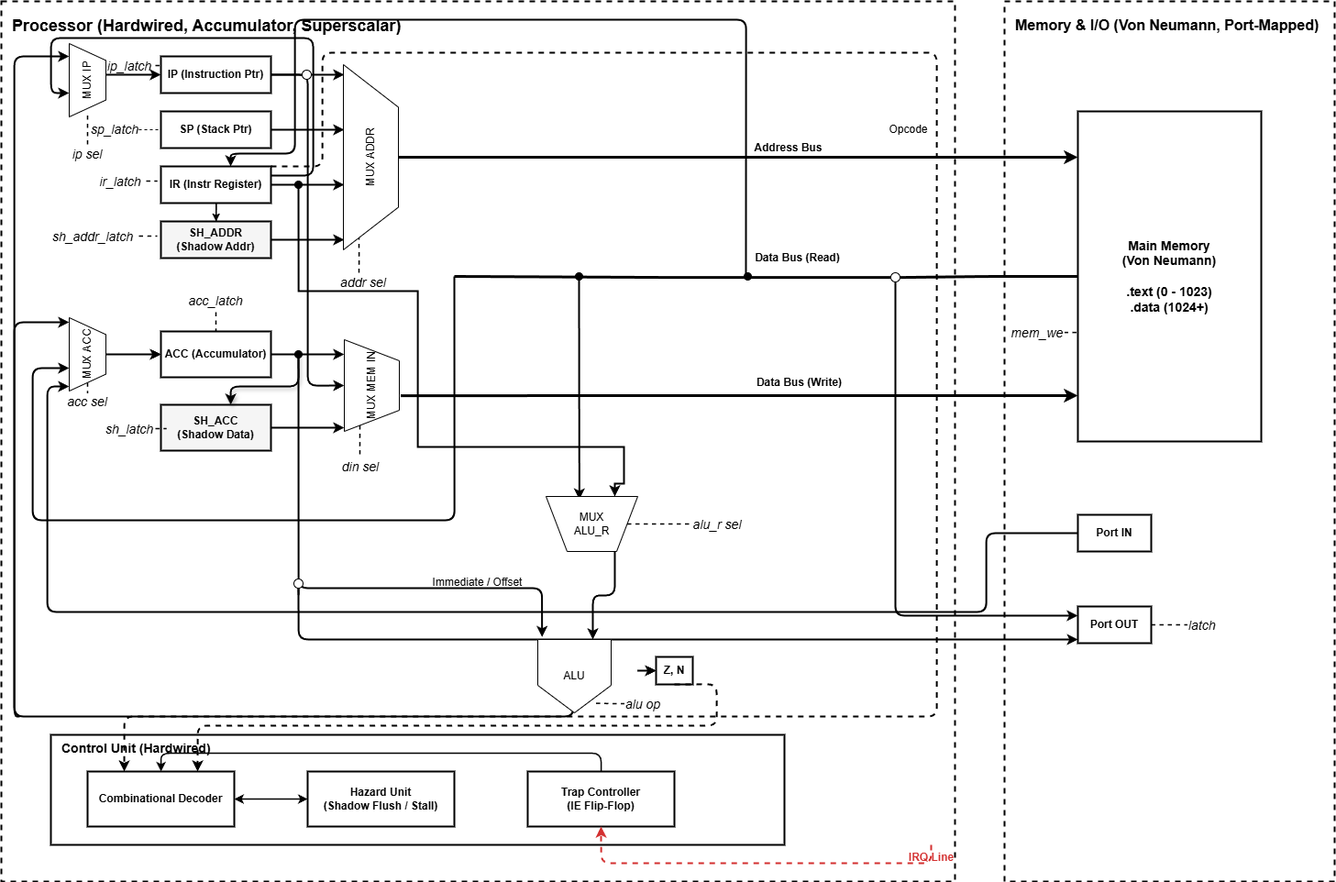
Before: img/dp_scheme_draft.png, a diagram exported from draw.io (danegumya/csa_lab4). Source tidied: cells renumbered, new cells last; positions are measured from the earlier drawing's top-left corner, leaving out a move shared by most shapes.
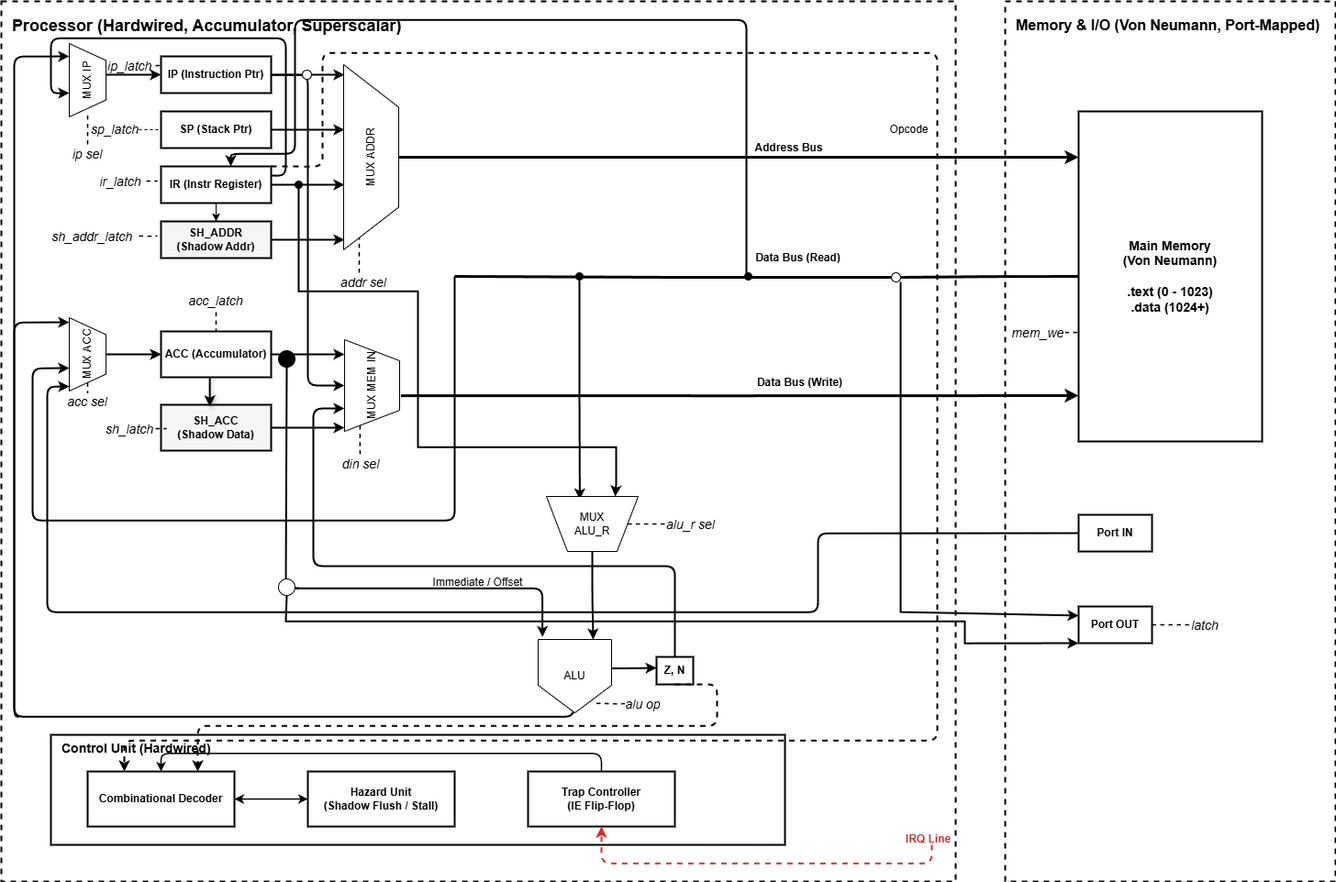
After the change.

The edit, as a diff of the source:
```diff
@@ -41,11 +41,6 @@
     <mxCell id="12" value="SH_ACC&lt;br&gt;(Shadow Data)" style="rounded=0;whiteSpace=wrap;html=1;fontStyle=1;strokeWidth=2;fillColor=#f5f5f5;" parent="1" vertex="1">
       <mxGeometry x="174" y="440" width="120" height="50" as="geometry" />
     </mxCell>
-    <mxCell id="13" style="edgeStyle=orthogonalEdgeStyle;rounded=0;jettySize=auto;html=1;" parent="1" edge="1" target="14">
-      <mxGeometry relative="1" as="geometry">
-        <mxPoint x="694" y="730" as="sourcePoint" />
-      </mxGeometry>
-    </mxCell>
     <mxCell id="14" value="Z, N" style="rounded=0;whiteSpace=wrap;html=1;strokeWidth=2;fontStyle=1;" parent="1" vertex="1">
       <mxGeometry x="714" y="715" width="40" height="30" as="geometry" />
     </mxCell>
@@ -135,9 +130,9 @@
       </mxGeometry>
     </mxCell>
     <mxCell id="29" value="alu_r sel" style="edgeStyle=orthogonalEdgeStyle;dashed=1;strokeWidth=1.5;endArrow=none;labelBackgroundColor=#ffffff;fontSize=14;fontStyle=2;align=center;exitX=1;exitY=0.5;exitDx=0;exitDy=0;" parent="1" edge="1" source="78">
-      <mxGeometry x="1" y="10" relative="1" as="geometry">
-        <mxPoint x="770" y="570" as="targetPoint" />
-        <mxPoint x="10" y="10" as="offset" />
+      <mxGeometry x="1" y="20" relative="1" as="geometry">
+        <mxPoint x="730" y="570" as="targetPoint" />
+        <mxPoint x="21" y="20" as="offset" />
       </mxGeometry>
     </mxCell>
     <mxCell id="30" value="alu op" style="edgeStyle=orthogonalEdgeStyle;dashed=1;strokeWidth=1.5;endArrow=none;labelBackgroundColor=#ffffff;fontSize=14;fontStyle=2;align=center;entryX=0.744;entryY=0.869;entryDx=0;entryDy=0;rounded=0;curved=0;entryPerimeter=0;" parent="1" edge="1" target="90">
@@ -179,22 +174,11 @@
     <mxCell id="37" style="edgeStyle=orthogonalEdgeStyle;strokeWidth=2;endArrow=classic;entryX=0.5;entryY=1;entryDx=0;entryDy=0;" parent="1" edge="1" source="4" target="85">
       <mxGeometry relative="1" as="geometry" />
     </mxCell>
-    <mxCell id="38" style="ellipse;whiteSpace=wrap;html=1;fillColor=#000000;" parent="1" vertex="1">
-      <mxGeometry x="320" y="381" width="8" height="8" as="geometry" />
-    </mxCell>
     <mxCell id="39" style="ellipse;whiteSpace=wrap;html=1;fillColor=#000000;" parent="1" vertex="1">
       <mxGeometry x="320" y="196" width="8" height="8" as="geometry" />
     </mxCell>
-    <mxCell id="40" style="edgeStyle=orthogonalEdgeStyle;strokeWidth=2;endArrow=classic;shadow=1;" parent="1" edge="1">
-      <mxGeometry relative="1" as="geometry">
-        <mxPoint x="324" y="385" as="sourcePoint" />
-        <mxPoint x="250" y="440" as="targetPoint" />
-        <Array as="points">
-          <mxPoint x="324" y="420" />
-          <mxPoint x="250" y="420" />
-          <mxPoint x="250" y="440" />
-        </Array>
-      </mxGeometry>
+    <mxCell id="40" style="edgeStyle=orthogonalEdgeStyle;strokeWidth=2;endArrow=classic;shadow=1;exitX=0.443;exitY=0.987;exitDx=0;exitDy=0;exitPerimeter=0;entryX=0.443;entryY=0.036;entryDx=0;entryDy=0;entryPerimeter=0;" parent="1" edge="1" source="11" target="12">
+      <mxGeometry relative="1" as="geometry" />
     </mxCell>
     <mxCell id="41" style="edgeStyle=orthogonalEdgeStyle;strokeWidth=3;endArrow=classic;" parent="1" edge="1">
       <mxGeometry relative="1" as="geometry">
@@ -250,11 +234,10 @@
         </Array>
       </mxGeometry>
     </mxCell>
-    <mxCell id="51" style="edgeStyle=orthogonalEdgeStyle;strokeWidth=2;endArrow=classic;entryX=0.058;entryY=-0.034;entryDx=0;entryDy=0;entryPerimeter=0;" parent="1" edge="1" target="90">
+    <mxCell id="51" style="edgeStyle=orthogonalEdgeStyle;strokeWidth=2;endArrow=classic;entryX=0.058;entryY=-0.034;entryDx=0;entryDy=0;entryPerimeter=0;" parent="1" edge="1" source="38" target="90">
       <mxGeometry relative="1" as="geometry">
-        <mxPoint x="324" y="386" as="sourcePoint" />
         <Array as="points">
-          <mxPoint x="324" y="640" />
+          <mxPoint x="310" y="640" />
           <mxPoint x="590" y="640" />
         </Array>
       </mxGeometry>
@@ -266,8 +249,8 @@
           <mxPoint x="324" y="316" />
           <mxPoint x="454" y="316" />
           <mxPoint x="454" y="486" />
-          <mxPoint x="679" y="486" />
-          <mxPoint x="679" y="526" />
+          <mxPoint x="670" y="486" />
+          <mxPoint x="670" y="526" />
           <mxPoint x="669" y="526" />
         </Array>
       </mxGeometry>
@@ -275,7 +258,7 @@
     <mxCell id="53" value="Immediate / Offset" style="text;html=1;align=center;backgroundColor=#ffffff;" parent="1" vertex="1">
       <mxGeometry x="464" y="620" width="110" height="20" as="geometry" />
     </mxCell>
-    <mxCell id="54" style="edgeStyle=orthogonalEdgeStyle;strokeWidth=2;endArrow=classic;exitX=0.75;exitY=0;exitDx=0;exitDy=0;entryX=0.75;entryY=0;entryDx=0;entryDy=0;" parent="1" edge="1" source="78" target="90">
+    <mxCell id="54" style="edgeStyle=orthogonalEdgeStyle;strokeWidth=2;endArrow=classic;exitX=0.5;exitY=0;exitDx=0;exitDy=0;entryX=0.75;entryY=0;entryDx=0;entryDy=0;" parent="1" edge="1" source="78" target="90">
       <mxGeometry relative="1" as="geometry" />
     </mxCell>
     <mxCell id="55" style="edgeStyle=orthogonalEdgeStyle;strokeWidth=2;endArrow=classic;" parent="1" edge="1">
@@ -298,10 +281,9 @@
         </Array>
       </mxGeometry>
     </mxCell>
-    <mxCell id="57" style="edgeStyle=orthogonalEdgeStyle;strokeWidth=2;endArrow=classic;" parent="1" edge="1">
+    <mxCell id="57" style="edgeStyle=orthogonalEdgeStyle;strokeWidth=2;endArrow=classic;exitX=0.993;exitY=0.394;exitDx=0;exitDy=0;exitPerimeter=0;rounded=0;curved=0;" parent="1" edge="1" source="90">
       <mxGeometry relative="1" as="geometry">
-        <mxPoint x="694" y="730" as="sourcePoint" />
-        <mxPoint x="714" y="730" as="targetPoint" />
+        <mxPoint x="714" y="727" as="targetPoint" />
       </mxGeometry>
     </mxCell>
     <mxCell id="58" style="edgeStyle=orthogonalEdgeStyle;strokeWidth=2;endArrow=classic;" parent="1" edge="1">
@@ -309,19 +291,20 @@
         <mxPoint x="1174" y="580" as="sourcePoint" />
         <mxPoint x="74" y="420" as="targetPoint" />
         <Array as="points">
-          <mxPoint x="1074" y="580" />
-          <mxPoint x="1074" y="666" />
+          <mxPoint x="890" y="580" />
+          <mxPoint x="890" y="666" />
           <mxPoint x="50" y="666" />
           <mxPoint x="50" y="420" />
         </Array>
       </mxGeometry>
     </mxCell>
-    <mxCell id="59" style="edgeStyle=orthogonalEdgeStyle;strokeWidth=2;endArrow=classic;" parent="1" edge="1" source="84">
+    <mxCell id="59" style="edgeStyle=orthogonalEdgeStyle;strokeWidth=2;endArrow=classic;entryX=0;entryY=1;entryDx=0;entryDy=0;exitX=0.5;exitY=1;exitDx=0;exitDy=0;rounded=0;curved=0;" parent="1" edge="1" source="84" target="17">
       <mxGeometry relative="1" as="geometry">
-        <mxPoint x="1174" y="696" as="targetPoint" />
         <Array as="points">
-          <mxPoint x="324" y="696" />
-          <mxPoint x="1174" y="696" />
+          <mxPoint x="310" y="648" />
+          <mxPoint x="310" y="676" />
+          <mxPoint x="1050" y="676" />
+          <mxPoint x="1050" y="700" />
         </Array>
       </mxGeometry>
     </mxCell>
@@ -335,8 +318,8 @@
       <mxGeometry relative="1" as="geometry">
         <mxPoint x="74" y="100" as="targetPoint" />
         <Array as="points">
-          <mxPoint x="340" y="190" />
-          <mxPoint x="340" y="40" />
+          <mxPoint x="310" y="190" />
+          <mxPoint x="310" y="40" />
           <mxPoint x="54" y="40" />
           <mxPoint x="54" y="100" />
         </Array>
@@ -378,8 +361,8 @@
           <mxPoint x="350" y="180" />
           <mxPoint x="350" y="56" />
           <mxPoint x="1020" y="56" />
-          <mxPoint x="1020" y="780" />
-          <mxPoint x="134" y="780" />
+          <mxPoint x="1020" y="806" />
+          <mxPoint x="134" y="806" />
         </Array>
       </mxGeometry>
     </mxCell>
@@ -398,7 +381,7 @@
       </mxGeometry>
     </mxCell>
     <mxCell id="72" value="IRQ Line" style="text;html=1;align=center;fontStyle=1;fontColor=#d32f2f;" parent="1" vertex="1">
-      <mxGeometry x="984" y="920" width="60" height="20" as="geometry" />
+      <mxGeometry x="980" y="900" width="60" height="20" as="geometry" />
     </mxCell>
     <mxCell id="73" style="edgeStyle=orthogonalEdgeStyle;dashed=1;strokeWidth=2;strokeColor=#d32f2f;endArrow=classic;" parent="1" edge="1">
       <mxGeometry relative="1" as="geometry">
@@ -430,10 +413,11 @@
     <mxCell id="79" style="ellipse;whiteSpace=wrap;html=1;fillColor=#000000;" parent="1" vertex="1">
       <mxGeometry x="626" y="296" width="8" height="8" as="geometry" />
     </mxCell>
-    <mxCell id="80" style="endArrow=classic;html=1;rounded=1;entryX=0;entryY=0.25;entryDx=0;entryDy=0;strokeColor=default;strokeWidth=2;align=center;verticalAlign=middle;fontFamily=Helvetica;fontSize=11;fontColor=default;labelBackgroundColor=default;exitX=0.5;exitY=1;exitDx=0;exitDy=0;" parent="1" edge="1" source="82" target="17">
+    <mxCell id="80" style="endArrow=classic;html=1;rounded=0;entryX=0;entryY=0.25;entryDx=0;entryDy=0;strokeColor=default;strokeWidth=2;align=center;verticalAlign=middle;fontFamily=Helvetica;fontSize=11;fontColor=default;labelBackgroundColor=default;exitX=0.5;exitY=1;exitDx=0;exitDy=0;curved=0;" parent="1" edge="1" target="17">
       <mxGeometry relative="1" as="geometry">
+        <mxPoint x="980" y="306" as="sourcePoint" />
         <Array as="points">
-          <mxPoint x="975" y="670" />
+          <mxPoint x="980" y="666" />
         </Array>
       </mxGeometry>
     </mxCell>
@@ -451,7 +435,7 @@
       </mxGeometry>
     </mxCell>
     <mxCell id="84" style="ellipse;whiteSpace=wrap;html=1;fillColor=light-dark(#FFFFFF,#FFFFFF);" parent="1" vertex="1">
-      <mxGeometry x="319" y="630" width="10" height="10" as="geometry" />
+      <mxGeometry x="302" y="630" width="18" height="18" as="geometry" />
     </mxCell>
     <mxCell id="85" value="MUX MEM IN" style="verticalLabelPosition=middle;verticalAlign=middle;html=1;shape=trapezoid;perimeter=trapezoidPerimeter;whiteSpace=wrap;size=0.23;arcSize=10;flipV=1;labelPosition=center;align=center;legacyAnchorPoints=0;rotation=-90;" parent="1" vertex="1">
       <mxGeometry x="354" y="389" width="100" height="60" as="geometry" />
@@ -473,5 +457,17 @@
     <mxCell id="90" value="ALU" style="shape=offPageConnector;whiteSpace=wrap;html=1;" parent="1" vertex="1">
       <mxGeometry x="585" y="696" width="80" height="80" as="geometry" />
     </mxCell>
+    <mxCell id="38" style="ellipse;whiteSpace=wrap;html=1;fillColor=#000000;" parent="1" vertex="1">
+      <mxGeometry x="302" y="381" width="18" height="18" as="geometry" />
+    </mxCell>
+    <mxCell id="91" style="endArrow=classic;html=1;rounded=1;exitX=0.5;exitY=0;exitDx=0;exitDy=0;entryX=0.25;entryY=1;entryDx=0;entryDy=0;strokeColor=default;strokeWidth=2;align=center;verticalAlign=middle;fontFamily=Helvetica;fontSize=11;fontColor=default;labelBackgroundColor=default;" parent="1" edge="1" source="14" target="85">
+      <mxGeometry relative="1" as="geometry">
+        <Array as="points">
+          <mxPoint x="734" y="616" />
+          <mxPoint x="340" y="616" />
+          <mxPoint x="340" y="444" />
+        </Array>
+      </mxGeometry>
+    </mxCell>
   </root>
 </mxGraphModel>
```
